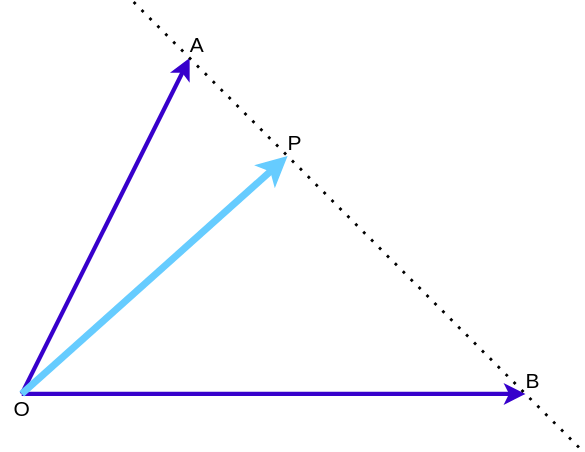
Before: tips/img/2d_col.drawio.svg, a diagram exported from draw.io (Kampachi-Percy/mathterro). Source tidied: cells renumbered, new cells last; positions are measured from the earlier drawing's top-left corner, leaving out a move shared by most shapes.
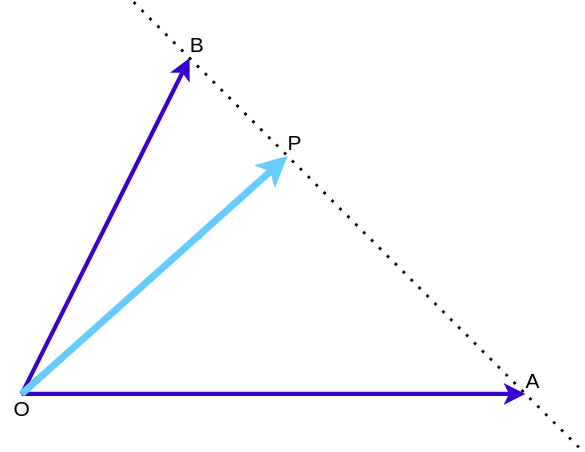
The same diagram one commit later.

The edit, as a diff of the source:
```diff
@@ -29,10 +29,10 @@
         <mxPoint x="205" y="110" as="targetPoint" />
       </mxGeometry>
     </mxCell>
-    <mxCell id="7" value="A" style="text;html=1;align=center;verticalAlign=middle;strokeColor=none;fontSize=15;" parent="1" vertex="1">
+    <mxCell id="7" value="B" style="text;html=1;align=center;verticalAlign=middle;strokeColor=none;fontSize=15;" parent="1" vertex="1">
       <mxGeometry x="125" y="20" width="30" height="20" as="geometry" />
     </mxCell>
-    <mxCell id="8" value="B" style="text;html=1;align=center;verticalAlign=middle;strokeColor=none;fontSize=15;" parent="1" vertex="1">
+    <mxCell id="8" value="A" style="text;html=1;align=center;verticalAlign=middle;strokeColor=none;fontSize=15;" parent="1" vertex="1">
       <mxGeometry x="365" y="260" width="30" height="20" as="geometry" />
     </mxCell>
     <mxCell id="9" value="P" style="text;html=1;align=center;verticalAlign=middle;strokeColor=none;fontSize=15;" parent="1" vertex="1">
```
